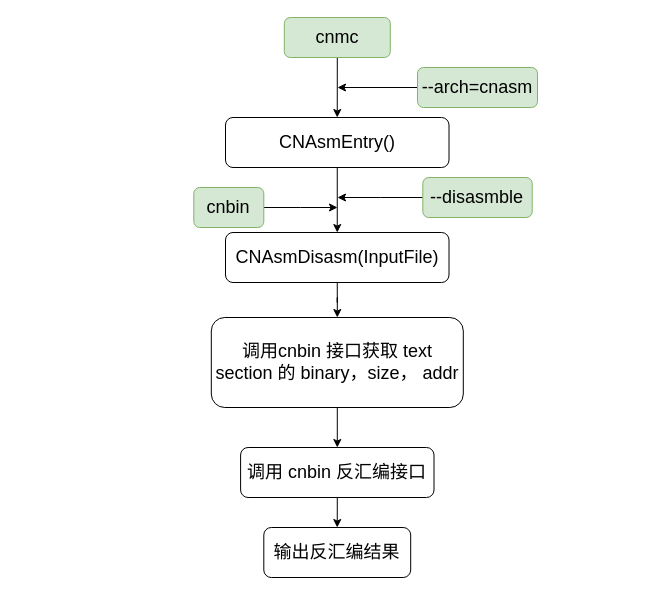
liyp1120/draw.io keeps this draw.io diagram as cnmc-disasm.drawio. Above is the earlier version. Source tidied: cells renumbered, new cells numbered last; positions are measured from the earlier drawing's top-left corner, leaving out a move shared by most shapes. Both pictures are drawn from the tidied source at 100%, with x=0, y=0 at pixel (193, 17).
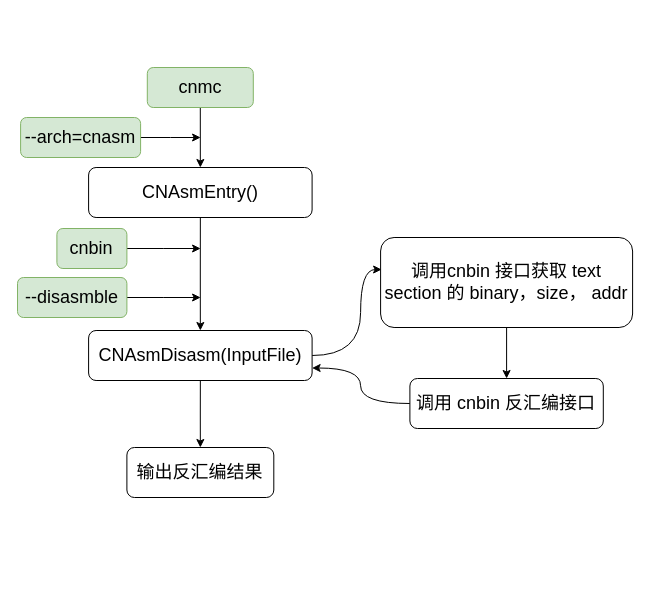
After the change.

The edit, as a diff of the source:
```diff
@@
     <mxCell id="3" value="&lt;span style=&quot;font-size: 18px;&quot;&gt;cnmc&lt;/span&gt;" style="rounded=1;whiteSpace=wrap;html=1;fontSize=12;glass=0;strokeWidth=1;shadow=0;fillColor=#d5e8d4;strokeColor=#82b366;" parent="1" vertex="1">
-      <mxGeometry x="90.8" width="106" height="40" as="geometry" />
+      <mxGeometry x="-46.2" y="50" width="106" height="40" as="geometry" />
     </mxCell>
@@
     <mxCell id="5" value="&lt;span style=&quot;font-size: 18px;&quot;&gt;CNAsmEntry()&lt;/span&gt;" style="rounded=1;whiteSpace=wrap;html=1;fontSize=12;glass=0;strokeWidth=1;shadow=0;" parent="1" vertex="1">
-      <mxGeometry x="32" y="100" width="223.5" height="50" as="geometry" />
+      <mxGeometry x="-104.9" y="150" width="223.5" height="50" as="geometry" />
     </mxCell>
-    <mxCell id="6" style="edgeStyle=orthogonalEdgeStyle;rounded=0;jettySize=auto;html=1;exitX=0;exitY=0.5;exitDx=0;exitDy=0;" parent="1" edge="1" source="7">
-      <mxGeometry relative="1" as="geometry">
-        <mxPoint x="144" y="70" as="targetPoint" />
-      </mxGeometry>
-    </mxCell>
+    <mxCell id="19" style="edgeStyle=orthogonalEdgeStyle;rounded=0;jettySize=auto;html=1;exitX=1;exitY=0.5;exitDx=0;exitDy=0;" parent="1" edge="1" source="7">
+      <mxGeometry relative="1" as="geometry">
+        <mxPoint x="7.1" y="120" as="targetPoint" />
+      </mxGeometry>
+    </mxCell>
     <mxCell id="7" value="&lt;span style=&quot;font-size: 18px;&quot;&gt;--arch=cnasm&lt;br&gt;&lt;/span&gt;" style="rounded=1;whiteSpace=wrap;html=1;fontSize=12;glass=0;strokeWidth=1;shadow=0;fillColor=#d5e8d4;strokeColor=#82b366;" parent="1" vertex="1">
-      <mxGeometry x="224" y="50" width="120" height="40" as="geometry" />
+      <mxGeometry x="-172.9" y="100" width="120" height="40" as="geometry" />
     </mxCell>
+    <mxCell id="20" style="edgeStyle=orthogonalEdgeStyle;rounded=0;jettySize=auto;html=1;exitX=0.5;exitY=1;exitDx=0;exitDy=0;entryX=0.5;entryY=0;entryDx=0;entryDy=0;" parent="1" edge="1" source="9" target="16">
+      <mxGeometry relative="1" as="geometry" />
+    </mxCell>
-    <mxCell id="8" style="edgeStyle=orthogonalEdgeStyle;rounded=0;jettySize=auto;html=1;exitX=0.5;exitY=1;exitDx=0;exitDy=0;" parent="1" edge="1" source="9" target="13">
-      <mxGeometry relative="1" as="geometry" />
+    <mxCell id="8" style="edgeStyle=orthogonalEdgeStyle;rounded=0;jettySize=auto;html=1;exitX=1;exitY=0.5;exitDx=0;exitDy=0;entryX=0.004;entryY=0.356;entryDx=0;entryDy=0;entryPerimeter=0;curved=1;" parent="1" edge="1" source="9" target="13">
+      <mxGeometry relative="1" as="geometry">
+        <Array as="points">
+          <mxPoint x="167.1" y="338" />
+          <mxPoint x="167.1" y="252" />
+        </Array>
+      </mxGeometry>
     </mxCell>
     <mxCell id="9" value="&lt;span style=&quot;font-size: 18px;&quot;&gt;CNAsmDisasm(InputFile)&lt;/span&gt;" style="rounded=1;whiteSpace=wrap;html=1;fontSize=12;glass=0;strokeWidth=1;shadow=0;" parent="1" vertex="1">
-      <mxGeometry x="32" y="215" width="223.5" height="50" as="geometry" />
+      <mxGeometry x="-104.9" y="313" width="223.5" height="50" as="geometry" />
     </mxCell>
-    <mxCell id="10" style="edgeStyle=orthogonalEdgeStyle;rounded=0;jettySize=auto;html=1;exitX=0;exitY=0.5;exitDx=0;exitDy=0;" parent="1" edge="1" source="11">
-      <mxGeometry relative="1" as="geometry">
-        <mxPoint x="144" y="180" as="targetPoint" />
-      </mxGeometry>
-    </mxCell>
+    <mxCell id="21" style="edgeStyle=orthogonalEdgeStyle;rounded=0;jettySize=auto;html=1;exitX=1;exitY=0.5;exitDx=0;exitDy=0;" parent="1" edge="1" source="11">
+      <mxGeometry relative="1" as="geometry">
+        <mxPoint x="7.1" y="280" as="targetPoint" />
+      </mxGeometry>
+    </mxCell>
     <mxCell id="11" value="&lt;span style=&quot;font-size: 18px;&quot;&gt;--disasmble&lt;br&gt;&lt;/span&gt;" style="rounded=1;whiteSpace=wrap;html=1;fontSize=12;glass=0;strokeWidth=1;shadow=0;fillColor=#d5e8d4;strokeColor=#82b366;" parent="1" vertex="1">
-      <mxGeometry x="229.3" y="160" width="109.4" height="40" as="geometry" />
+      <mxGeometry x="-176" y="260" width="109.4" height="40" as="geometry" />
     </mxCell>
@@
     <mxCell id="13" value="&lt;span style=&quot;font-size: 18px;&quot;&gt;调用cnbin 接口获取 text section 的 binary，size， addr&lt;/span&gt;" style="rounded=1;whiteSpace=wrap;html=1;fontSize=12;glass=0;strokeWidth=1;shadow=0;" parent="1" vertex="1">
-      <mxGeometry x="17.8" y="300" width="252" height="90" as="geometry" />
+      <mxGeometry x="187.1" y="220" width="252" height="90" as="geometry" />
     </mxCell>
-    <mxCell id="14" style="edgeStyle=orthogonalEdgeStyle;rounded=0;jettySize=auto;html=1;exitX=0.5;exitY=1;exitDx=0;exitDy=0;entryX=0.5;entryY=0;entryDx=0;entryDy=0;" parent="1" edge="1" source="15" target="16">
-      <mxGeometry relative="1" as="geometry" />
-    </mxCell>
+    <mxCell id="22" style="edgeStyle=orthogonalEdgeStyle;rounded=0;jettySize=auto;html=1;exitX=0;exitY=0.5;exitDx=0;exitDy=0;entryX=1;entryY=0.75;entryDx=0;entryDy=0;curved=1;" parent="1" edge="1" source="15" target="9">
+      <mxGeometry relative="1" as="geometry">
+        <Array as="points">
+          <mxPoint x="167.1" y="386" />
+          <mxPoint x="167.1" y="351" />
+        </Array>
+      </mxGeometry>
+    </mxCell>
     <mxCell id="15" value="&lt;span style=&quot;font-size: 18px;&quot;&gt;调用 cnbin 反汇编接口&lt;/span&gt;" style="rounded=1;whiteSpace=wrap;html=1;fontSize=12;glass=0;strokeWidth=1;shadow=0;" parent="1" vertex="1">
-      <mxGeometry x="47.1" y="430" width="193.4" height="50" as="geometry" />
+      <mxGeometry x="216.4" y="361" width="193.4" height="50" as="geometry" />
     </mxCell>
     <mxCell id="16" value="&lt;span style=&quot;font-size: 18px;&quot;&gt;输出反汇编结果&lt;/span&gt;" style="rounded=1;whiteSpace=wrap;html=1;fontSize=12;glass=0;strokeWidth=1;shadow=0;" parent="1" vertex="1">
-      <mxGeometry x="70.3" y="510" width="146.9" height="50" as="geometry" />
+      <mxGeometry x="-66.6" y="430" width="146.9" height="50" as="geometry" />
     </mxCell>
-    <mxCell id="17" style="edgeStyle=orthogonalEdgeStyle;rounded=0;jettySize=auto;html=1;exitX=1;exitY=0.5;exitDx=0;exitDy=0;" parent="1" edge="1" source="18">
-      <mxGeometry relative="1" as="geometry">
-        <mxPoint x="144" y="190" as="targetPoint" />
-      </mxGeometry>
-    </mxCell>
+    <mxCell id="23" style="edgeStyle=orthogonalEdgeStyle;rounded=0;jettySize=auto;html=1;exitX=1;exitY=0.5;exitDx=0;exitDy=0;" parent="1" edge="1" source="18">
+      <mxGeometry relative="1" as="geometry">
+        <mxPoint x="7.1" y="231" as="targetPoint" />
+      </mxGeometry>
+    </mxCell>
     <mxCell id="18" value="&lt;span style=&quot;font-size: 18px;&quot;&gt;cnbin&lt;br&gt;&lt;/span&gt;" style="rounded=1;whiteSpace=wrap;html=1;fontSize=12;glass=0;strokeWidth=1;shadow=0;fillColor=#d5e8d4;strokeColor=#82b366;" parent="1" vertex="1">
-      <mxGeometry x="0.3" y="170" width="70" height="40" as="geometry" />
+      <mxGeometry x="-136.6" y="211" width="70" height="40" as="geometry" />
     </mxCell>
```
